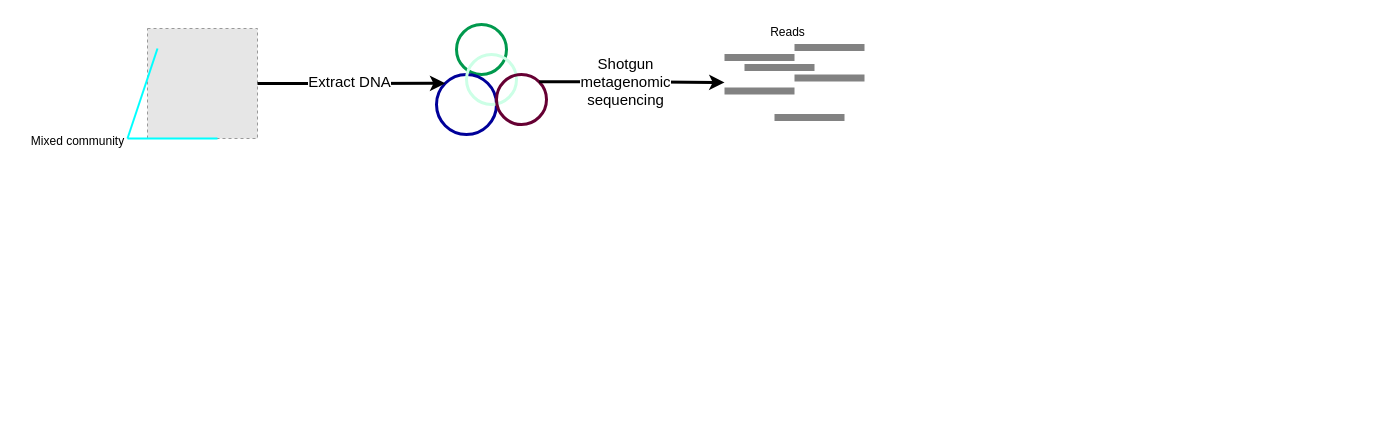
bioproj/drawio keeps this draw.io diagram as Untitled Diagram.drawio. Above is the earlier version. Source tidied: cells renumbered, new cells numbered last; positions are measured from the earlier drawing's top-left corner, leaving out a move shared by most shapes. Both pictures are drawn from the tidied source at 100%, with x=0, y=0 at pixel (17, 17). Pictures stored in the file or linked from it are replaced by grey dashed boxes.
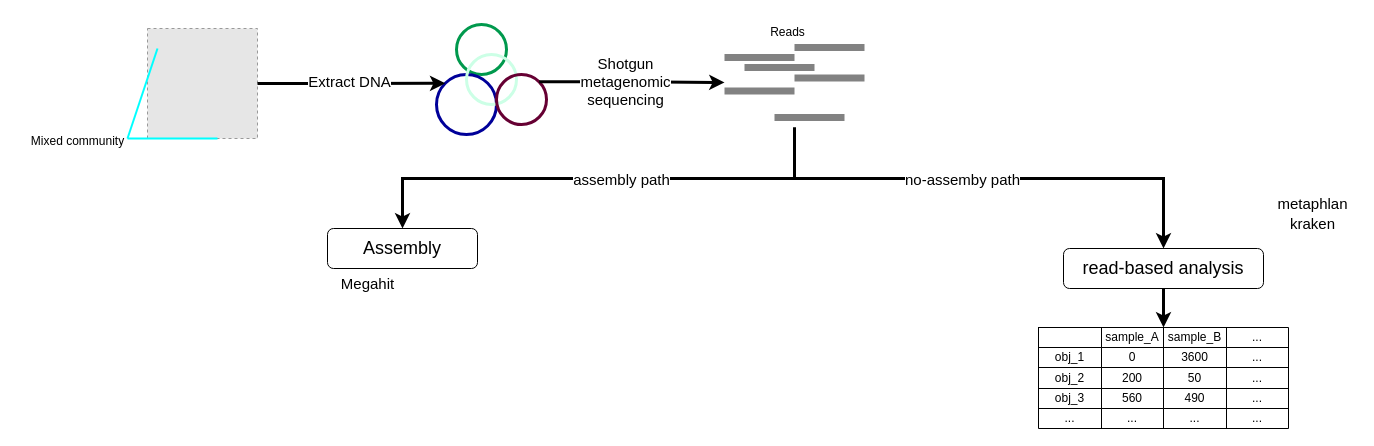
The same diagram, later.

Unchanged cells that the change refers to:
```xml
<mxCell id="22" style="rounded=0;whiteSpace=wrap;html=1;strokeColor=none;fillColor=none;" parent="15" vertex="1">
  <mxGeometry y="-10" width="140" height="90" as="geometry" />
</mxCell>
```

Diff of the diagram source:
```diff
@@
+    <mxCell id="26" style="edgeStyle=elbowEdgeStyle;rounded=0;jettySize=auto;html=1;exitX=0.5;exitY=1;exitDx=0;exitDy=0;elbow=vertical;strokeWidth=3;entryX=0.5;entryY=0;entryDx=0;entryDy=0;" parent="1" edge="1" source="22" target="28">
+      <mxGeometry relative="1" as="geometry" />
+    </mxCell>
+    <mxCell id="27" value="&lt;font style=&quot;font-size: 15px;&quot;&gt;assembly path&lt;/font&gt;" style="edgeLabel;html=1;align=center;verticalAlign=middle;" parent="26" vertex="1">
+      <mxGeometry x="-0.34" y="1" relative="1" as="geometry">
+        <mxPoint x="-62" y="-1" as="offset" />
+      </mxGeometry>
+    </mxCell>
+    <mxCell id="28" value="&lt;font style=&quot;font-size: 18px;&quot;&gt;Assembly&lt;br&gt;&lt;/font&gt;" style="rounded=1;whiteSpace=wrap;html=1;" parent="1" vertex="1">
+      <mxGeometry x="310" y="211" width="150" height="40" as="geometry" />
+    </mxCell>
+    <mxCell id="29" style="rounded=0;jettySize=auto;elbow=vertical;html=1;labelBackgroundColor=default;strokeColor=default;strokeWidth=3;align=center;verticalAlign=middle;fontFamily=Helvetica;fontSize=11;fontColor=default;endArrow=classic;" parent="1" edge="1" source="30" target="34">
+      <mxGeometry relative="1" as="geometry" />
+    </mxCell>
+    <mxCell id="30" value="&lt;font style=&quot;font-size: 18px;&quot;&gt;read-based analysis&lt;br&gt;&lt;/font&gt;" style="rounded=1;whiteSpace=wrap;html=1;" parent="1" vertex="1">
+      <mxGeometry x="1046" y="231" width="200" height="40" as="geometry" />
+    </mxCell>
+    <mxCell id="31" style="edgeStyle=elbowEdgeStyle;rounded=0;jettySize=auto;html=1;elbow=vertical;strokeWidth=3;" parent="1" edge="1" source="22" target="30">
+      <mxGeometry relative="1" as="geometry">
+        <Array as="points">
+          <mxPoint x="880" y="161" />
+        </Array>
+      </mxGeometry>
+    </mxCell>
+    <mxCell id="32" value="&lt;font style=&quot;font-size: 15px;&quot;&gt;no-assemby path&lt;/font&gt;" style="edgeLabel;html=1;align=center;verticalAlign=middle;" parent="31" vertex="1">
+      <mxGeometry x="-0.3" y="2" relative="1" as="geometry">
+        <mxPoint x="46" y="2" as="offset" />
+      </mxGeometry>
+    </mxCell>
+    <mxCell id="33" style="shape=table;startSize=0;childLayout=tableLayout;" parent="1" vertex="1">
+      <mxGeometry x="1021" y="310" width="250" height="101" as="geometry" />
+    </mxCell>
+    <mxCell id="34" style="shape=tableRow;horizontal=0;startSize=0;swimlaneHead=0;swimlaneBody=0;strokeColor=inherit;top=0;left=0;bottom=0;right=0;fillColor=none;points=[[0,0.5],[1,0.5]];portConstraint=eastwest;" parent="33" vertex="1">
+      <mxGeometry width="250" height="20" as="geometry" />
+    </mxCell>
+    <mxCell id="35" style="shape=partialRectangle;html=1;whiteSpace=wrap;strokeColor=inherit;overflow=hidden;fillColor=none;top=0;left=0;bottom=0;right=0;" parent="34" vertex="1">
+      <mxGeometry width="63" height="20" as="geometry" />
+    </mxCell>
+    <mxCell id="36" value="sample_A" style="shape=partialRectangle;html=1;whiteSpace=wrap;strokeColor=inherit;overflow=hidden;fillColor=none;top=0;left=0;bottom=0;right=0;" parent="34" vertex="1">
+      <mxGeometry x="63" width="62" height="20" as="geometry" />
+    </mxCell>
+    <mxCell id="37" value="sample_B" style="shape=partialRectangle;html=1;whiteSpace=wrap;strokeColor=inherit;overflow=hidden;fillColor=none;top=0;left=0;bottom=0;right=0;" parent="34" vertex="1">
+      <mxGeometry x="125" width="63" height="20" as="geometry" />
+    </mxCell>
+    <mxCell id="38" value="..." style="shape=partialRectangle;html=1;whiteSpace=wrap;strokeColor=inherit;overflow=hidden;fillColor=none;top=0;left=0;bottom=0;right=0;" parent="34" vertex="1">
+      <mxGeometry x="188" width="62" height="20" as="geometry" />
+    </mxCell>
+    <mxCell id="39" style="shape=tableRow;horizontal=0;startSize=0;swimlaneHead=0;swimlaneBody=0;strokeColor=inherit;top=0;left=0;bottom=0;right=0;fillColor=none;" parent="33" vertex="1">
+      <mxGeometry y="20" width="250" height="20" as="geometry" />
+    </mxCell>
+    <mxCell id="40" value="obj_1&lt;br&gt;" style="shape=partialRectangle;html=1;whiteSpace=wrap;strokeColor=inherit;overflow=hidden;fillColor=none;top=0;left=0;bottom=0;right=0;" parent="39" vertex="1">
+      <mxGeometry width="63" height="20" as="geometry" />
+    </mxCell>
+    <mxCell id="41" value="0" style="shape=partialRectangle;html=1;whiteSpace=wrap;strokeColor=inherit;overflow=hidden;fillColor=none;top=0;left=0;bottom=0;right=0;" parent="39" vertex="1">
+      <mxGeometry x="63" width="62" height="20" as="geometry" />
+    </mxCell>
+    <mxCell id="42" value="3600" style="shape=partialRectangle;html=1;whiteSpace=wrap;strokeColor=inherit;overflow=hidden;fillColor=none;top=0;left=0;bottom=0;right=0;" parent="39" vertex="1">
+      <mxGeometry x="125" width="63" height="20" as="geometry" />
+    </mxCell>
+    <mxCell id="43" value="..." style="shape=partialRectangle;html=1;whiteSpace=wrap;strokeColor=inherit;overflow=hidden;fillColor=none;top=0;left=0;bottom=0;right=0;" parent="39" vertex="1">
+      <mxGeometry x="188" width="62" height="20" as="geometry" />
+    </mxCell>
+    <mxCell id="44" style="shape=tableRow;horizontal=0;startSize=0;swimlaneHead=0;swimlaneBody=0;strokeColor=inherit;top=0;left=0;bottom=0;right=0;fillColor=none;" parent="33" vertex="1">
+      <mxGeometry y="40" width="250" height="21" as="geometry" />
+    </mxCell>
+    <mxCell id="45" value="obj_2" style="shape=partialRectangle;html=1;whiteSpace=wrap;strokeColor=inherit;overflow=hidden;fillColor=none;top=0;left=0;bottom=0;right=0;" parent="44" vertex="1">
+      <mxGeometry width="63" height="21" as="geometry" />
+    </mxCell>
+    <mxCell id="46" value="200" style="shape=partialRectangle;html=1;whiteSpace=wrap;strokeColor=inherit;overflow=hidden;fillColor=none;top=0;left=0;bottom=0;right=0;" parent="44" vertex="1">
+      <mxGeometry x="63" width="62" height="21" as="geometry" />
+    </mxCell>
+    <mxCell id="47" value="50" style="shape=partialRectangle;html=1;whiteSpace=wrap;strokeColor=inherit;overflow=hidden;fillColor=none;top=0;left=0;bottom=0;right=0;" parent="44" vertex="1">
+      <mxGeometry x="125" width="63" height="21" as="geometry" />
+    </mxCell>
+    <mxCell id="48" value="..." style="shape=partialRectangle;html=1;whiteSpace=wrap;strokeColor=inherit;overflow=hidden;fillColor=none;top=0;left=0;bottom=0;right=0;" parent="44" vertex="1">
+      <mxGeometry x="188" width="62" height="21" as="geometry" />
+    </mxCell>
+    <mxCell id="49" style="shape=tableRow;horizontal=0;startSize=0;swimlaneHead=0;swimlaneBody=0;strokeColor=inherit;top=0;left=0;bottom=0;right=0;fillColor=none;" parent="33" vertex="1">
+      <mxGeometry y="61" width="250" height="20" as="geometry" />
+    </mxCell>
+    <mxCell id="50" value="obj_3" style="shape=partialRectangle;html=1;whiteSpace=wrap;strokeColor=inherit;overflow=hidden;fillColor=none;top=0;left=0;bottom=0;right=0;" parent="49" vertex="1">
+      <mxGeometry width="63" height="20" as="geometry" />
+    </mxCell>
+    <mxCell id="51" value="560" style="shape=partialRectangle;html=1;whiteSpace=wrap;strokeColor=inherit;overflow=hidden;fillColor=none;top=0;left=0;bottom=0;right=0;" parent="49" vertex="1">
+      <mxGeometry x="63" width="62" height="20" as="geometry" />
+    </mxCell>
+    <mxCell id="52" value="490" style="shape=partialRectangle;html=1;whiteSpace=wrap;strokeColor=inherit;overflow=hidden;fillColor=none;top=0;left=0;bottom=0;right=0;" parent="49" vertex="1">
+      <mxGeometry x="125" width="63" height="20" as="geometry" />
+    </mxCell>
+    <mxCell id="53" value="..." style="shape=partialRectangle;html=1;whiteSpace=wrap;strokeColor=inherit;overflow=hidden;fillColor=none;top=0;left=0;bottom=0;right=0;" parent="49" vertex="1">
+      <mxGeometry x="188" width="62" height="20" as="geometry" />
+    </mxCell>
+    <mxCell id="54" style="shape=tableRow;horizontal=0;startSize=0;swimlaneHead=0;swimlaneBody=0;strokeColor=inherit;top=0;left=0;bottom=0;right=0;fillColor=none;" parent="33" vertex="1">
+      <mxGeometry y="81" width="250" height="20" as="geometry" />
+    </mxCell>
+    <mxCell id="55" value="..." style="shape=partialRectangle;html=1;whiteSpace=wrap;strokeColor=inherit;overflow=hidden;fillColor=none;top=0;left=0;bottom=0;right=0;" parent="54" vertex="1">
+      <mxGeometry width="63" height="20" as="geometry" />
+    </mxCell>
+    <mxCell id="56" value="..." style="shape=partialRectangle;html=1;whiteSpace=wrap;strokeColor=inherit;overflow=hidden;fillColor=none;top=0;left=0;bottom=0;right=0;" parent="54" vertex="1">
+      <mxGeometry x="63" width="62" height="20" as="geometry" />
+    </mxCell>
+    <mxCell id="57" value="..." style="shape=partialRectangle;html=1;whiteSpace=wrap;strokeColor=inherit;overflow=hidden;fillColor=none;top=0;left=0;bottom=0;right=0;" parent="54" vertex="1">
+      <mxGeometry x="125" width="63" height="20" as="geometry" />
+    </mxCell>
+    <mxCell id="58" value="..." style="shape=partialRectangle;html=1;whiteSpace=wrap;strokeColor=inherit;overflow=hidden;fillColor=none;top=0;left=0;bottom=0;right=0;" parent="54" vertex="1">
+      <mxGeometry x="188" width="62" height="20" as="geometry" />
+    </mxCell>
+    <mxCell id="59" value="&lt;font style=&quot;font-size: 15px;&quot;&gt;Megahit&lt;/font&gt;" style="text;html=1;align=center;verticalAlign=middle;strokeColor=none;fillColor=none;fontSize=11;fontFamily=Helvetica;fontColor=default;" parent="1" vertex="1">
+      <mxGeometry x="310" y="251" width="80" height="30" as="geometry" />
+    </mxCell>
+    <mxCell id="60" value="&lt;font style=&quot;font-size: 15px;&quot;&gt;metaphlan&lt;/font&gt;" style="text;html=1;align=center;verticalAlign=middle;strokeColor=none;fillColor=none;fontSize=11;fontFamily=Helvetica;fontColor=default;" parent="1" vertex="1">
+      <mxGeometry x="1250" y="171" width="90" height="30" as="geometry" />
+    </mxCell>
+    <mxCell id="61" value="&lt;font style=&quot;font-size: 15px;&quot;&gt;kraken&lt;/font&gt;" style="text;html=1;align=center;verticalAlign=middle;strokeColor=none;fillColor=none;fontSize=11;fontFamily=Helvetica;fontColor=default;" parent="1" vertex="1">
+      <mxGeometry x="1260" y="191" width="70" height="30" as="geometry" />
+    </mxCell>
```
